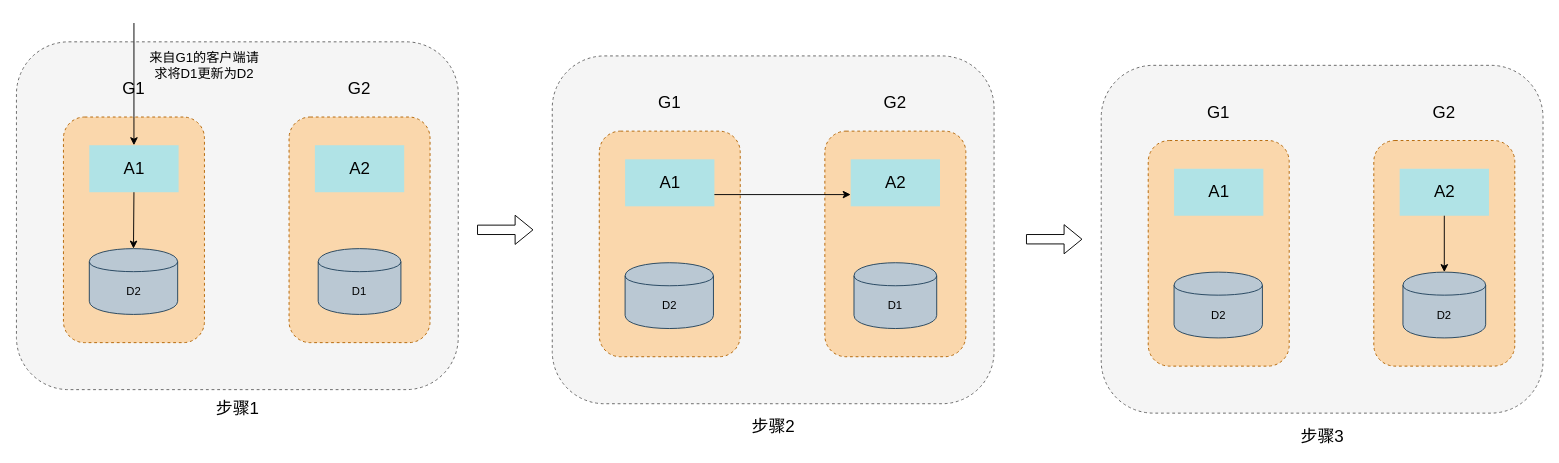
Before: page "正常情况" (2 of 2) of content/post/draw/distributed/CAP定理验证.drawio in maojiawei/jovi-blog, a draw.io diagram. Source tidied: cells renumbered, new cells numbered last; positions are measured from the earlier drawing's top-left corner, leaving out a move shared by most shapes. Both pictures are drawn from the tidied source at 94%, with x=0, y=0 at pixel (16, 23).
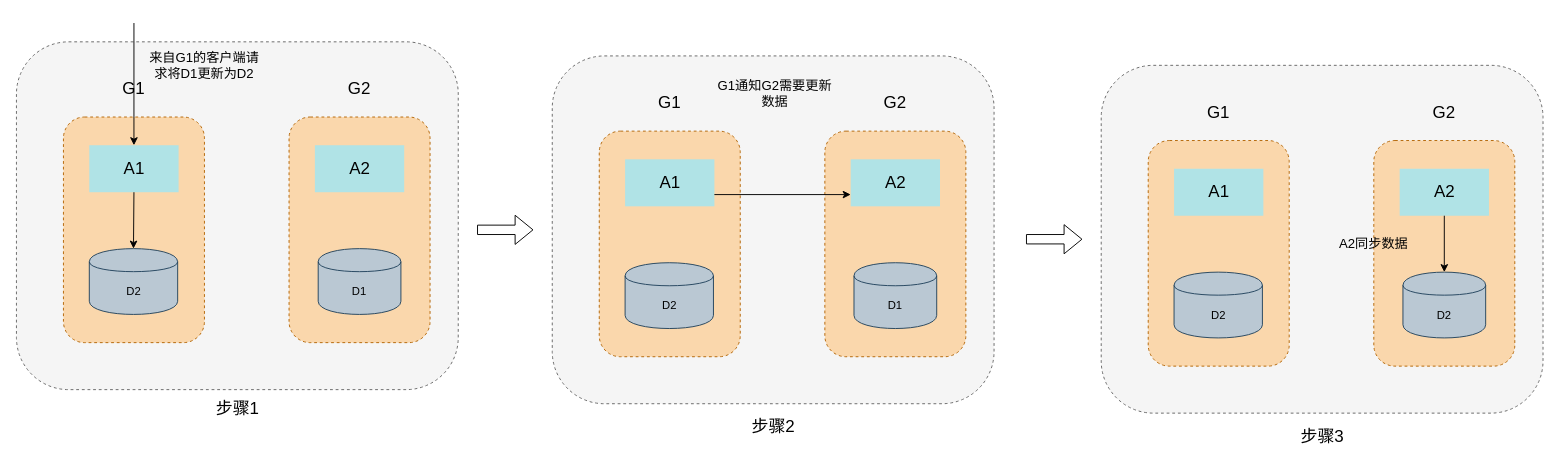
Above is the later version.

Change to the diagram source:
```diff
@@
+    <mxCell id="39" value="&lt;font style=&quot;font-size: 14px&quot;&gt;G1通知G2需要更新数据&lt;/font&gt;" style="text;html=1;strokeColor=none;fillColor=none;align=center;verticalAlign=middle;whiteSpace=wrap;rounded=0;" parent="1" vertex="1">
+      <mxGeometry x="742.5" y="60" width="128" height="30" as="geometry" />
+    </mxCell>
+    <mxCell id="40" value="&lt;span style=&quot;font-size: 14px&quot;&gt;A2同步数据&lt;/span&gt;" style="text;html=1;strokeColor=none;fillColor=none;align=center;verticalAlign=middle;whiteSpace=wrap;rounded=0;" parent="1" vertex="1">
+      <mxGeometry x="1380" y="220" width="128" height="30" as="geometry" />
+    </mxCell>
```
